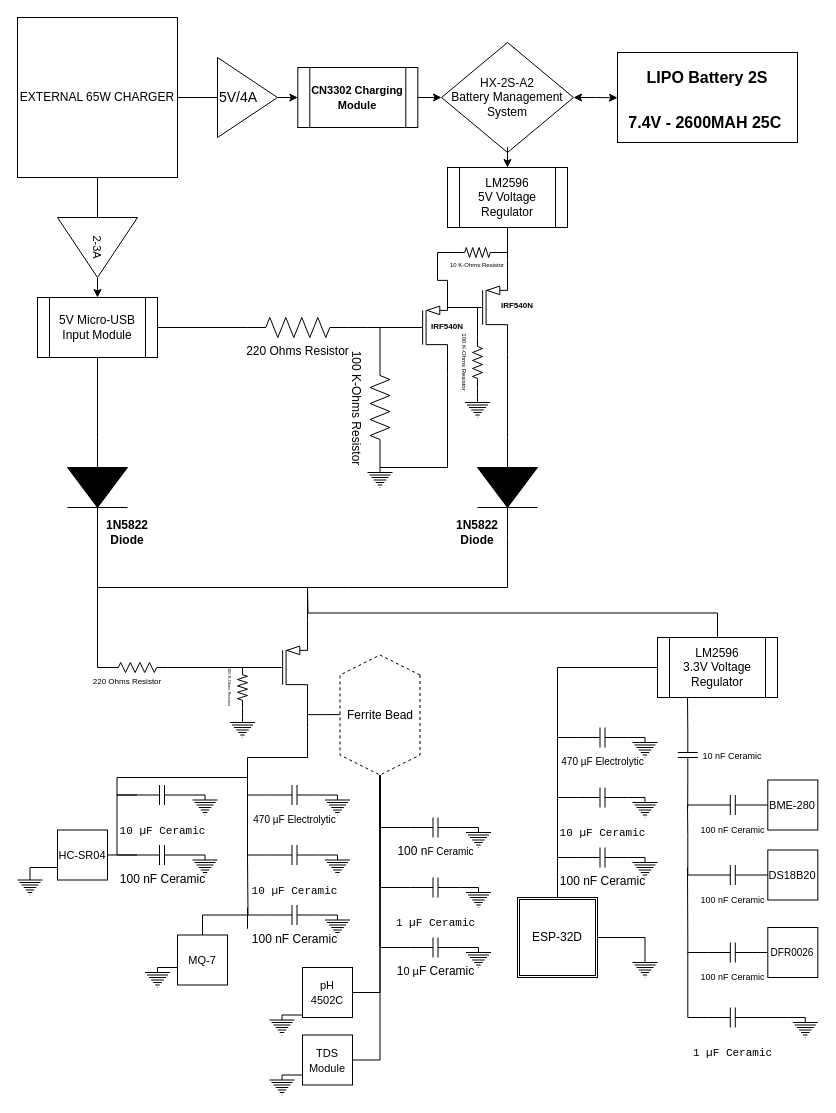
This is Documentation/Electrical System Diagram.drawio from Zer0-Dayy/Hydroponics-Monitoring-System, a draw.io file, before an edit. Source tidied: cells renumbered, new cells numbered last; positions are measured from the earlier drawing's top-left corner, leaving out a move shared by most shapes. Both pictures are drawn from the tidied source at 100%, with x=0, y=0 at pixel (17, 17).
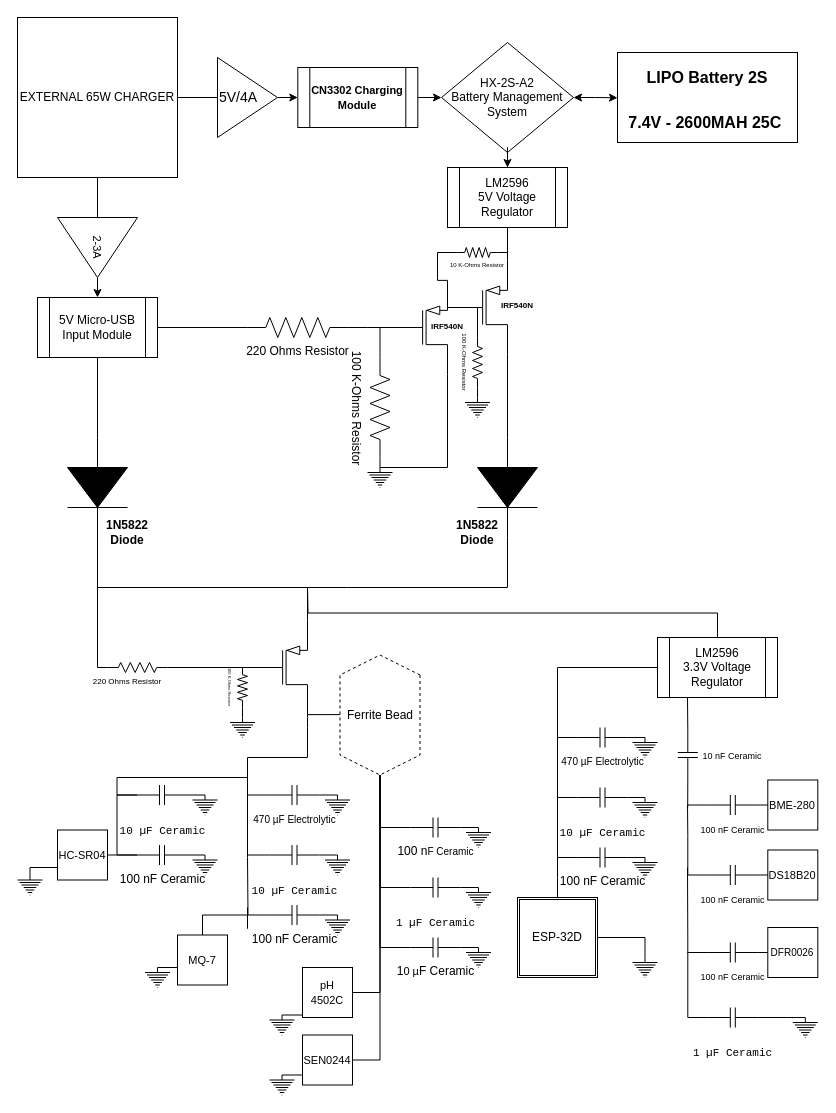
The same page after the edit.

Commit message (it also covers changes not shown here):
Minor fixes in the 'Electrical System Diagram' files.

What changed in the source:
```diff
@@
-    <mxCell id="70" value="&lt;font style=&quot;font-size: 11px;&quot;&gt;TDS&lt;/font&gt;&lt;div&gt;&lt;font style=&quot;font-size: 11px;&quot;&gt;Module&lt;/font&gt;&lt;/div&gt;" style="whiteSpace=wrap;html=1;" parent="1" vertex="1">
+    <mxCell id="70" value="&lt;span style=&quot;font-size: 11px;&quot;&gt;SEN0244&lt;/span&gt;" style="whiteSpace=wrap;html=1;" parent="1" vertex="1">
       <mxGeometry x="285" y="1017.5" width="50" height="50" as="geometry" />
     </mxCell>
```
